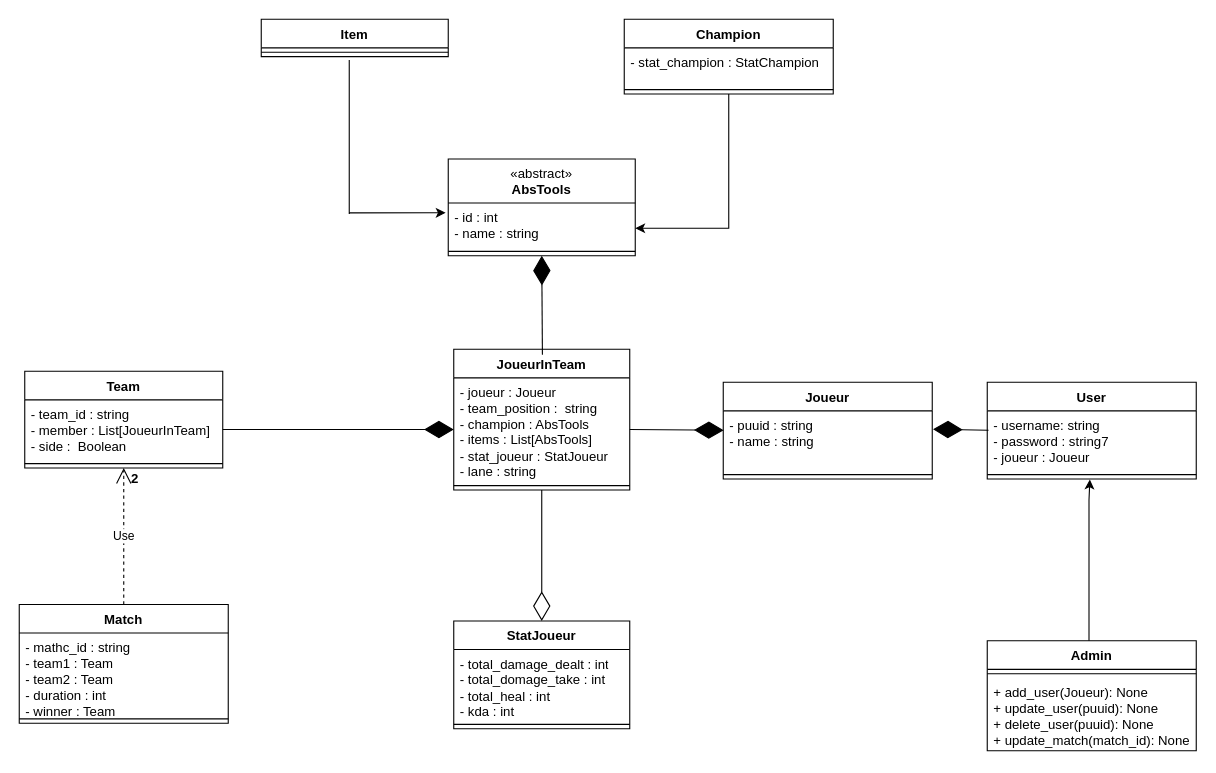
Earlier version of the draw.io diagram Image Prod/League of legends.drawio (Niyo-D-JC/HelpWork). Source tidied: cells renumbered, new cells numbered last; positions are measured from the earlier drawing's top-left corner, leaving out a move shared by most shapes. Both pictures are drawn from the tidied source at 110%, with x=0, y=0 at pixel (19, 19).
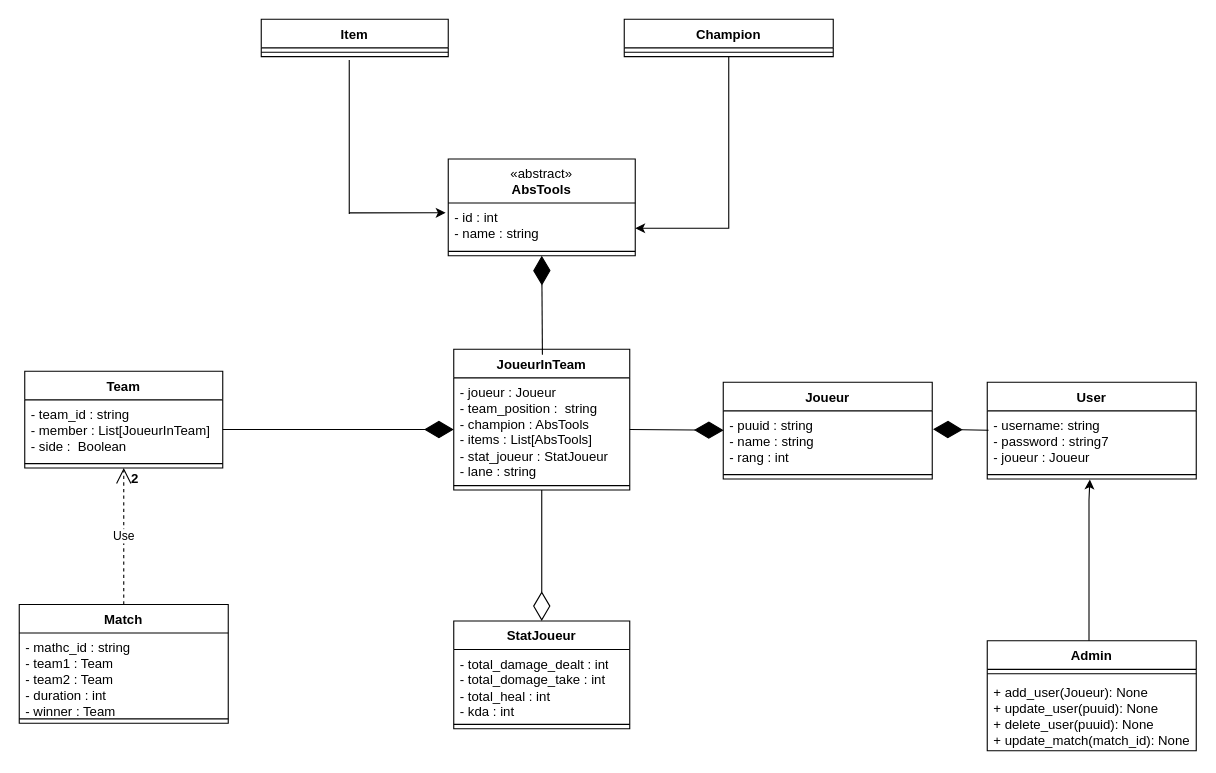
Above is the later version.

Commit message:
Mettre à jour League of legends.drawio

Unchanged cells that the change refers to:
```xml
<mxCell id="5" value="Joueur" style="swimlane;fontStyle=1;align=center;verticalAlign=top;horizontal=1;startSize=26;whiteSpace=wrap;html=1;" parent="1" vertex="1">
  <mxGeometry x="640" y="330" width="190" height="88" as="geometry" />
</mxCell>
```

The edit, as a diff of the source:
```diff
@@
-    <mxCell id="6" value="- puuid : string&lt;br&gt;- name : string&lt;span style=&quot;white-space: pre;&quot;&gt;&#9;&lt;/span&gt;" style="text;strokeColor=none;fillColor=none;align=left;verticalAlign=top;spacingLeft=4;spacingRight=4;overflow=hidden;points=[[0,0.5],[1,0.5]];portConstraint=eastwest;whiteSpace=wrap;html=1;" parent="5" vertex="1">
+    <mxCell id="6" value="- puuid : string&lt;br&gt;- name : string&lt;span style=&quot;white-space: pre;&quot;&gt;&#9;&lt;/span&gt;&lt;br&gt;- rang : int" style="text;strokeColor=none;fillColor=none;align=left;verticalAlign=top;spacingLeft=4;spacingRight=4;overflow=hidden;points=[[0,0.5],[1,0.5]];portConstraint=eastwest;whiteSpace=wrap;html=1;" parent="5" vertex="1">
       <mxGeometry y="26" width="190" height="54" as="geometry" />
     </mxCell>
@@
     <mxCell id="21" value="Champion" style="swimlane;fontStyle=1;align=center;verticalAlign=top;horizontal=1;startSize=26;whiteSpace=wrap;html=1;" parent="1" vertex="1">
-      <mxGeometry x="550" width="190" height="68" as="geometry" />
+      <mxGeometry x="550" width="190" height="34" as="geometry" />
     </mxCell>
-    <mxCell id="22" value="- stat_champion : StatChampion" style="text;strokeColor=none;fillColor=none;align=left;verticalAlign=top;spacingLeft=4;spacingRight=4;overflow=hidden;whiteSpace=wrap;html=1;" parent="21" vertex="1">
-      <mxGeometry y="26" width="190" height="34" as="geometry" />
-    </mxCell>
     <mxCell id="23" style="line;strokeWidth=1;fillColor=none;align=left;verticalAlign=middle;spacingTop=-1;spacingLeft=3;spacingRight=3;labelPosition=right;strokeColor=inherit;" parent="21" vertex="1">
-      <mxGeometry y="60" width="190" height="8" as="geometry" />
+      <mxGeometry y="26" width="190" height="8" as="geometry" />
     </mxCell>
```
